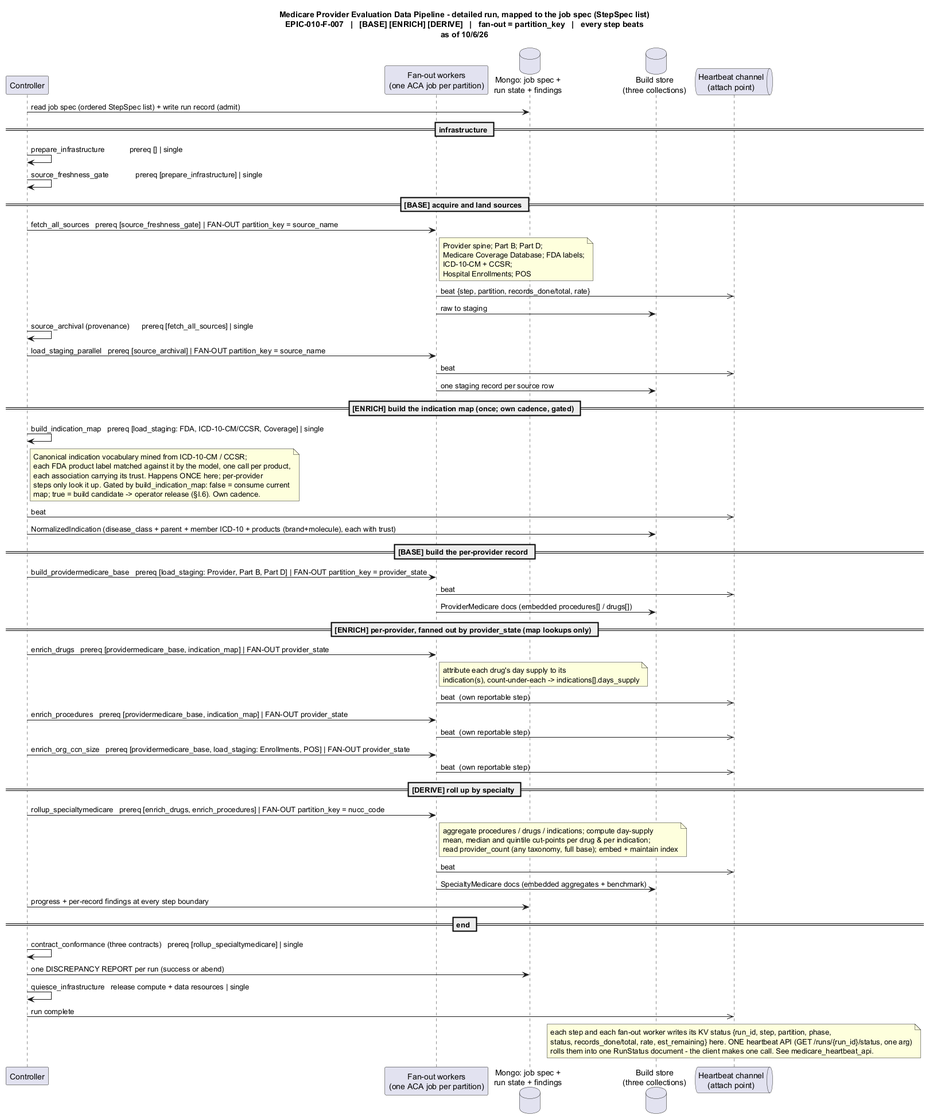
SkipSnow/ChatHealthyRepo keeps this PlantUML diagram as brain/machine_artifacts/diagramsAndImages/rendered/medicare_detailed_sequence.png. Above is the earlier version.
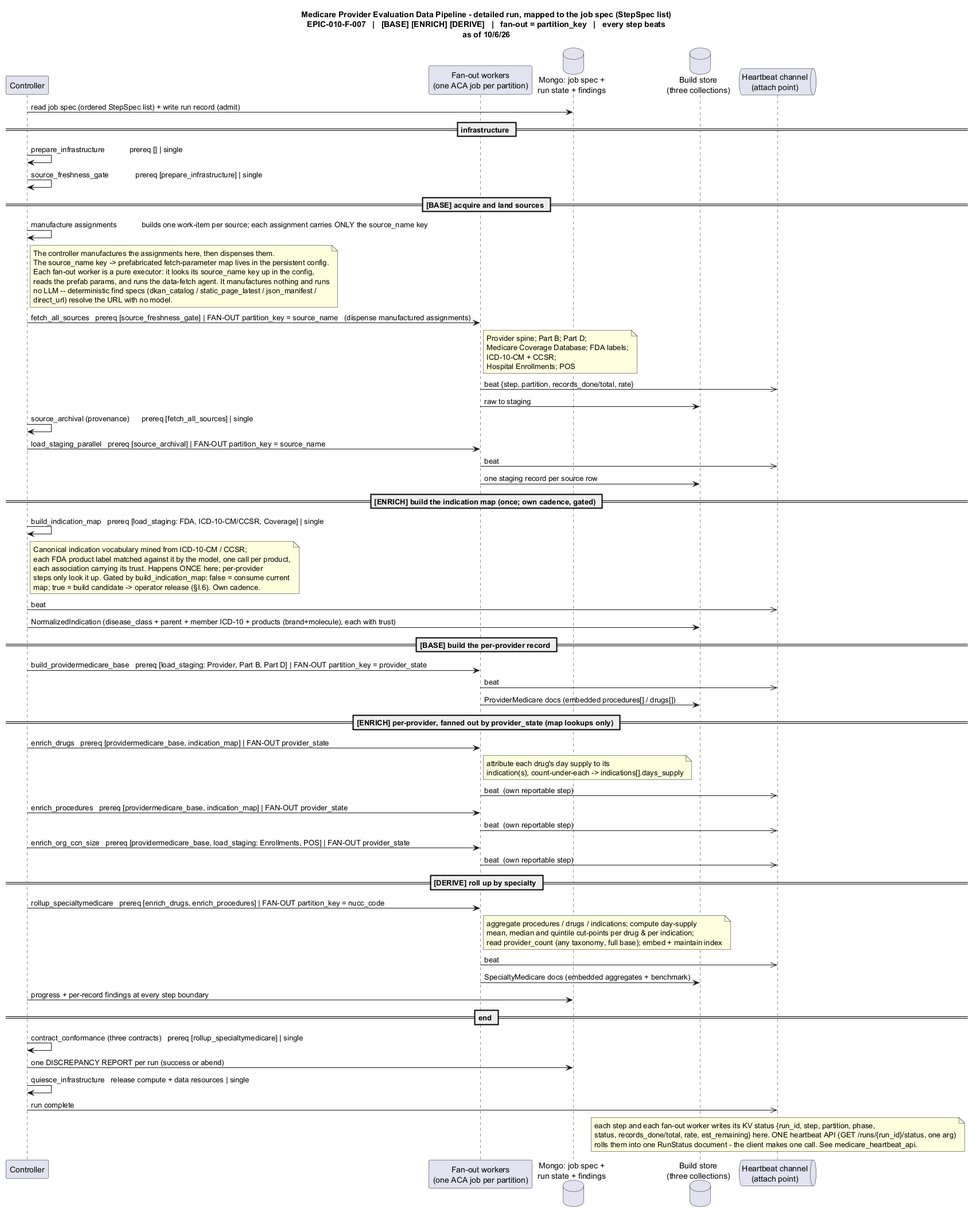
After the commit.

What changed in the source:
```diff
@@ -15,7 +15,9 @@
 CTL -> CTL : source_freshness_gate             prereq [prepare_infrastructure] | single
 
 == [BASE] acquire and land sources ==
-CTL -> W : fetch_all_sources   prereq [source_freshness_gate] | FAN-OUT partition_key = source_name
+CTL -> CTL : manufacture assignments            builds one work-item per source; each assignment carries ONLY the source_name key
+note right of CTL : The controller manufactures the assignments here, then dispenses them.\nThe source_name key -> prefabricated fetch-parameter map lives in the persistent config.\nEach fan-out worker is a pure executor: it looks its source_name key up in the config,\nreads the prefab params, and runs the data-fetch agent. It manufactures nothing and runs\nno LLM -- deterministic find specs (dkan_catalog / static_page_latest / json_manifest /\ndirect_url) resolve the URL with no model.
+CTL -> W : fetch_all_sources   prereq [source_freshness_gate] | FAN-OUT partition_key = source_name   (dispense manufactured assignments)
 note right of W : Provider spine; Part B; Part D;\nMedicare Coverage Database; FDA labels;\nICD-10-CM + CCSR;\nHospital Enrollments; POS
 W ->> HB : beat {step, partition, records_done/total, rate}
 W -> OUT : raw to staging
```
